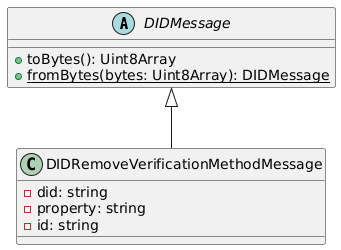
The PlantUML diagram docs/modules/ROOT/images/did-remove-verification-method-message-class-diagram.png in Swiss-Digital-Assets-Institute/public-did-sdk-js, before a commit. Source of this version:
```plantuml
@startuml
abstract class DIDMessage {
  + toBytes(): Uint8Array
  + {static} fromBytes(bytes: Uint8Array): DIDMessage
}

class DIDRemoveVerificationMethodMessage extends DIDMessage {
  - did: string
  - property: string
  - id: string
}
@enduml
```
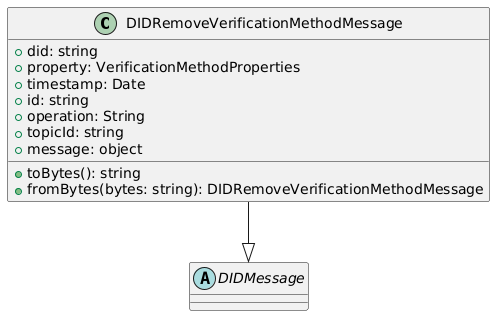
The same file after the commit.

What changed in the source:
```diff
@@ -1,12 +1,16 @@
 @startuml
-abstract class DIDMessage {
-  + toBytes(): Uint8Array
-  + {static} fromBytes(bytes: Uint8Array): DIDMessage
+class DIDRemoveVerificationMethodMessage {
+  +did: string
+  +property: VerificationMethodProperties
+  +timestamp: Date
+  +id: string
+  +operation: String
+  +topicId: string
+  +message: object
+  +toBytes(): string
+  +fromBytes(bytes: string): DIDRemoveVerificationMethodMessage
 }
+abstract class DIDMessage {}
 
-class DIDRemoveVerificationMethodMessage extends DIDMessage {
-  - did: string
-  - property: string
-  - id: string
-}
+DIDRemoveVerificationMethodMessage --|> DIDMessage
 @enduml
```
